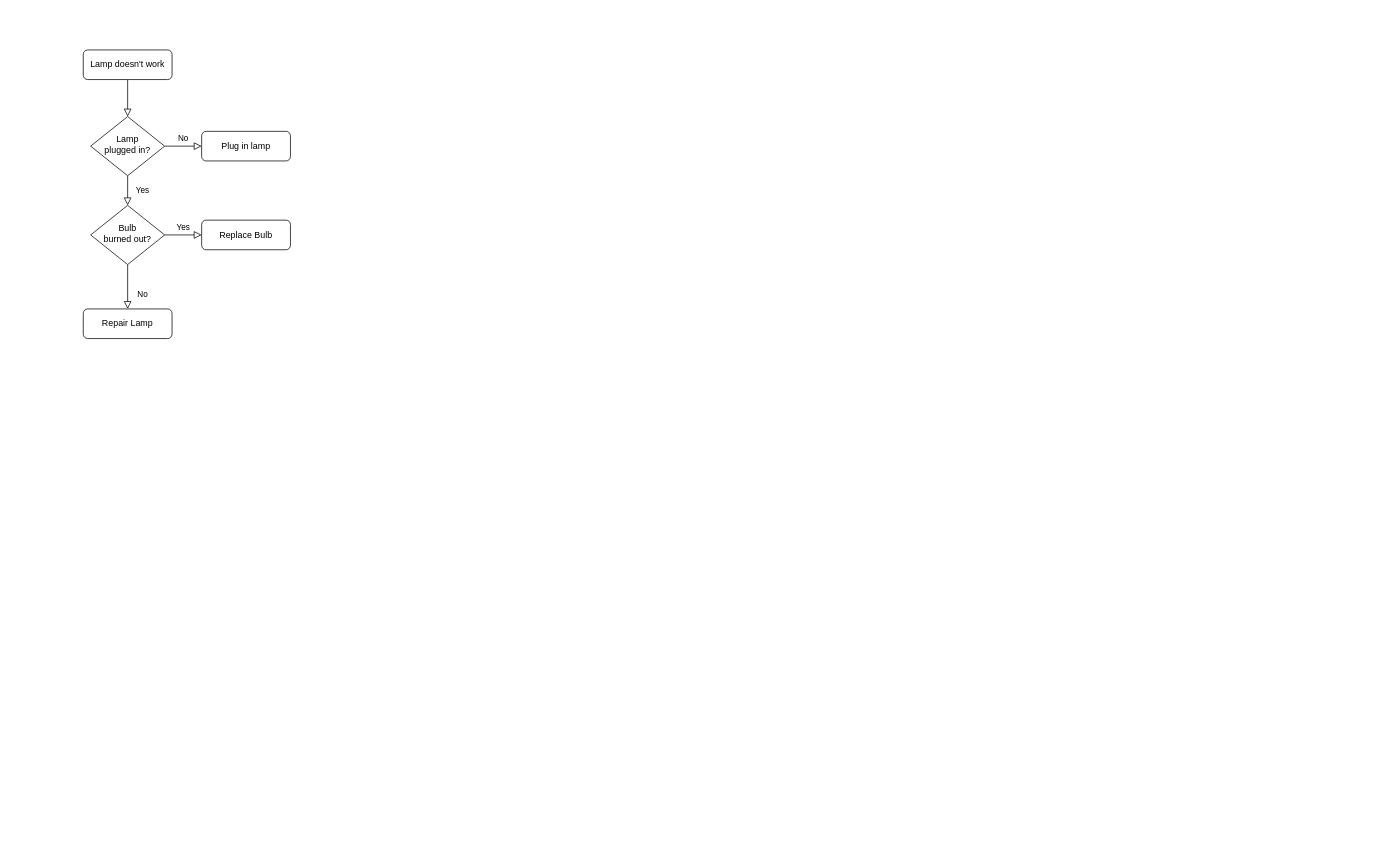
The draw.io diagram GoCourseAlgorithm.drawio in snsvistunov/golang-course-algorithm, before the edit. Source tidied: cells renumbered, new cells numbered last; positions are measured from the earlier drawing's top-left corner, leaving out a move shared by most shapes. Both pictures are drawn from the tidied source at 74%, with x=0, y=0 at pixel (83, 50).
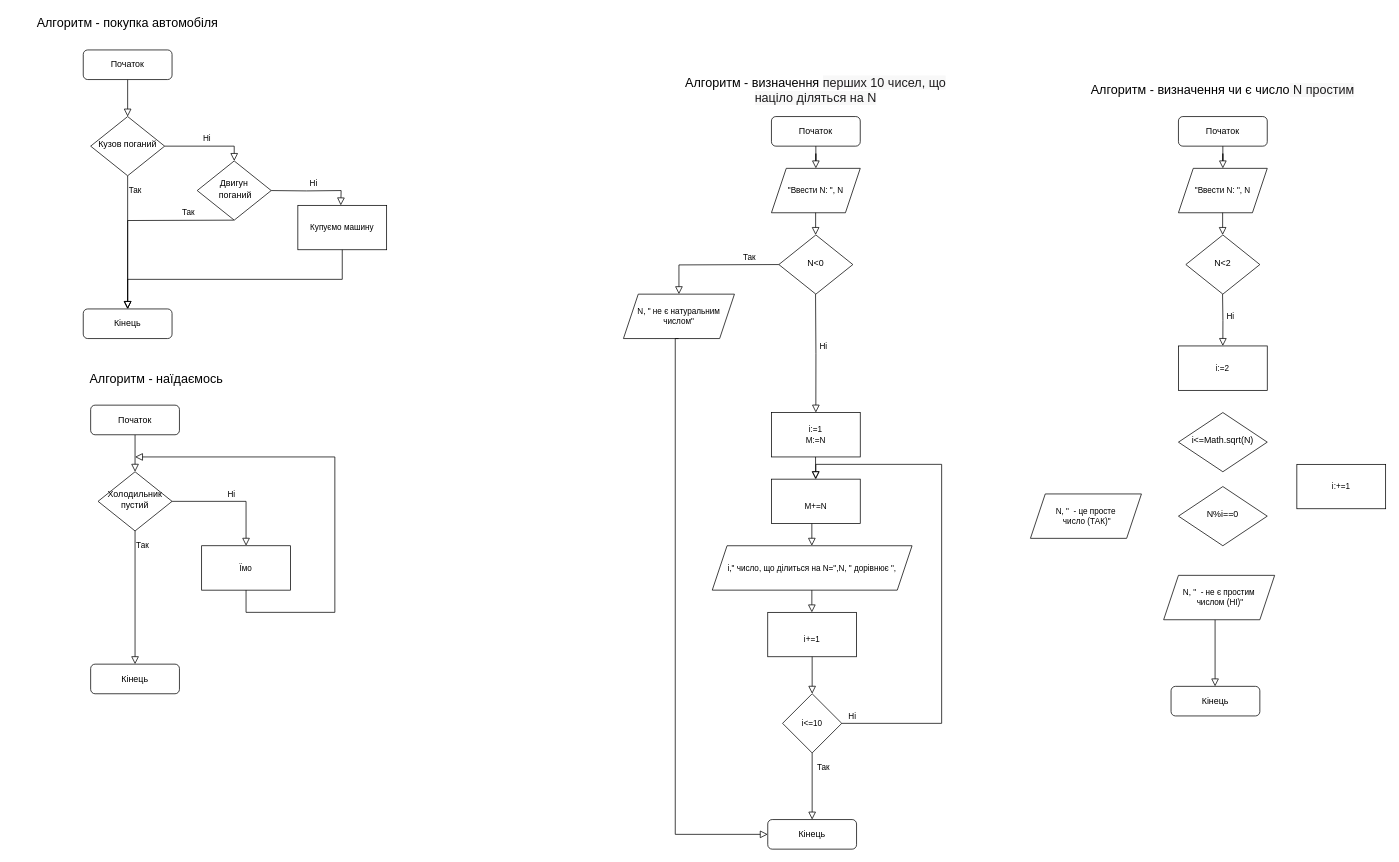
Above is the later version.

Change to the diagram source:
```diff
@@
-    <mxCell id="3" value="Lamp doesn't work" style="rounded=1;whiteSpace=wrap;html=1;fontSize=12;glass=0;strokeWidth=1;shadow=0;" parent="1" vertex="1">
+    <mxCell id="3" value="Початок" style="rounded=1;whiteSpace=wrap;html=1;fontSize=12;glass=0;strokeWidth=1;shadow=0;" parent="1" vertex="1">
       <mxGeometry width="120" height="40" as="geometry" />
     </mxCell>
-    <mxCell id="4" value="Yes" style="rounded=0;html=1;jettySize=auto;fontSize=11;endArrow=block;endFill=0;endSize=8;strokeWidth=1;shadow=0;labelBackgroundColor=none;edgeStyle=orthogonalEdgeStyle;" parent="1" edge="1" source="6" target="10">
-      <mxGeometry y="20" relative="1" as="geometry" />
+    <mxCell id="4" value="Так" style="rounded=0;html=1;jettySize=auto;fontSize=11;endArrow=block;endFill=0;endSize=8;strokeWidth=1;shadow=0;labelBackgroundColor=none;edgeStyle=orthogonalEdgeStyle;strokeColor=default;entryX=0.5;entryY=0;entryDx=0;entryDy=0;" parent="1" edge="1" source="6" target="11">
+      <mxGeometry x="-0.78" y="10" relative="1" as="geometry" />
     </mxCell>
-    <mxCell id="5" value="No" style="edgeStyle=orthogonalEdgeStyle;rounded=0;html=1;jettySize=auto;fontSize=11;endArrow=block;endFill=0;endSize=8;strokeWidth=1;shadow=0;labelBackgroundColor=none;" parent="1" edge="1" source="6" target="7">
+    <mxCell id="5" value="Ні" style="edgeStyle=orthogonalEdgeStyle;rounded=0;html=1;jettySize=auto;fontSize=11;endArrow=block;endFill=0;endSize=8;strokeWidth=1;shadow=0;labelBackgroundColor=none;entryX=0.5;entryY=0;entryDx=0;entryDy=0;" parent="1" edge="1" source="6" target="14">
       <mxGeometry y="10" relative="1" as="geometry" />
     </mxCell>
-    <mxCell id="6" value="Lamp&lt;br&gt;plugged in?" style="rhombus;whiteSpace=wrap;html=1;shadow=0;fontFamily=Helvetica;fontSize=12;align=center;strokeWidth=1;spacing=6;spacingTop=-4;" parent="1" vertex="1">
+    <mxCell id="6" value="Кузов поганий" style="rhombus;whiteSpace=wrap;html=1;shadow=0;fontFamily=Helvetica;fontSize=12;align=center;strokeWidth=1;spacing=6;spacingTop=-4;" parent="1" vertex="1">
       <mxGeometry x="10" y="90" width="100" height="80" as="geometry" />
     </mxCell>
-    <mxCell id="7" value="Plug in lamp" style="rounded=1;whiteSpace=wrap;html=1;fontSize=12;glass=0;strokeWidth=1;shadow=0;" parent="1" vertex="1">
-      <mxGeometry x="160" y="110" width="120" height="40" as="geometry" />
-    </mxCell>
-    <mxCell id="8" value="No" style="rounded=0;html=1;jettySize=auto;fontSize=11;endArrow=block;endFill=0;endSize=8;strokeWidth=1;shadow=0;labelBackgroundColor=none;edgeStyle=orthogonalEdgeStyle;" parent="1" edge="1" source="10" target="11">
-      <mxGeometry x="0.33" y="20" relative="1" as="geometry" />
-    </mxCell>
-    <mxCell id="9" value="Yes" style="edgeStyle=orthogonalEdgeStyle;rounded=0;html=1;jettySize=auto;fontSize=11;endArrow=block;endFill=0;endSize=8;strokeWidth=1;shadow=0;labelBackgroundColor=none;" parent="1" edge="1" source="10" target="12">
-      <mxGeometry y="10" relative="1" as="geometry" />
-    </mxCell>
-    <mxCell id="10" value="Bulb&lt;br&gt;burned out?" style="rhombus;whiteSpace=wrap;html=1;shadow=0;fontFamily=Helvetica;fontSize=12;align=center;strokeWidth=1;spacing=6;spacingTop=-4;" parent="1" vertex="1">
-      <mxGeometry x="10" y="210" width="100" height="80" as="geometry" />
-    </mxCell>
-    <mxCell id="11" value="Repair Lamp" style="rounded=1;whiteSpace=wrap;html=1;fontSize=12;glass=0;strokeWidth=1;shadow=0;" parent="1" vertex="1">
+    <mxCell id="11" value="Кінець" style="rounded=1;whiteSpace=wrap;html=1;fontSize=12;glass=0;strokeWidth=1;shadow=0;" parent="1" vertex="1">
       <mxGeometry y="350" width="120" height="40" as="geometry" />
     </mxCell>
-    <mxCell id="12" value="Replace Bulb" style="rounded=1;whiteSpace=wrap;html=1;fontSize=12;glass=0;strokeWidth=1;shadow=0;" parent="1" vertex="1">
-      <mxGeometry x="160" y="230" width="120" height="40" as="geometry" />
-    </mxCell>
+    <mxCell id="13" value="Алгоритм - покупка автомобіля" style="text;html=1;strokeColor=none;fillColor=none;align=center;verticalAlign=middle;whiteSpace=wrap;rounded=0;fontSize=17;" parent="1" vertex="1">
+      <mxGeometry x="-95" y="-50" width="310" height="30" as="geometry" />
+    </mxCell>
+    <mxCell id="14" value="Двигун&lt;br&gt;&amp;nbsp;поганий" style="rhombus;whiteSpace=wrap;html=1;shadow=0;fontFamily=Helvetica;fontSize=12;align=center;strokeWidth=1;spacing=6;spacingTop=-4;" parent="1" vertex="1">
+      <mxGeometry x="154" y="150" width="100" height="80" as="geometry" />
+    </mxCell>
+    <mxCell id="15" value="Так" style="rounded=0;html=1;jettySize=auto;fontSize=11;endArrow=block;endFill=0;endSize=8;strokeWidth=1;shadow=0;labelBackgroundColor=none;edgeStyle=orthogonalEdgeStyle;strokeColor=default;" parent="1" edge="1" target="11">
+      <mxGeometry x="-0.53" y="-10" relative="1" as="geometry">
+        <mxPoint x="203.5" y="230" as="sourcePoint" />
+        <mxPoint x="1" as="offset" />
+      </mxGeometry>
+    </mxCell>
+    <mxCell id="16" value="Ні" style="edgeStyle=orthogonalEdgeStyle;rounded=0;html=1;jettySize=auto;orthogonalLoop=1;fontSize=11;endArrow=block;endFill=0;endSize=8;strokeWidth=1;shadow=0;labelBackgroundColor=none;entryX=0.5;entryY=0;entryDx=0;entryDy=0;" parent="1" edge="1">
+      <mxGeometry y="10" relative="1" as="geometry">
+        <mxPoint x="254" y="190" as="sourcePoint" />
+        <mxPoint x="348" y="210" as="targetPoint" />
+      </mxGeometry>
+    </mxCell>
+    <mxCell id="17" value="Купуємо машину" style="rounded=0;whiteSpace=wrap;html=1;fontFamily=Helvetica;fontSize=11;" parent="1" vertex="1">
+      <mxGeometry x="290" y="210" width="120" height="60" as="geometry" />
+    </mxCell>
+    <mxCell id="18" style="rounded=0;html=1;jettySize=auto;fontSize=11;endArrow=block;endFill=0;endSize=8;strokeWidth=1;shadow=0;labelBackgroundColor=none;edgeStyle=orthogonalEdgeStyle;exitX=0.5;exitY=1;exitDx=0;exitDy=0;entryX=0.5;entryY=0;entryDx=0;entryDy=0;" parent="1" edge="1" source="17" target="11">
+      <mxGeometry relative="1" as="geometry" />
+    </mxCell>
+    <mxCell id="19" value="Алгоритм - наїдаємось" style="text;html=1;strokeColor=none;fillColor=none;align=center;verticalAlign=middle;whiteSpace=wrap;rounded=0;fontSize=17;" parent="1" vertex="1">
+      <mxGeometry x="-56" y="430" width="310" height="30" as="geometry" />
+    </mxCell>
+    <mxCell id="20" style="rounded=0;html=1;jettySize=auto;fontSize=11;endArrow=block;endFill=0;endSize=8;strokeWidth=1;shadow=0;labelBackgroundColor=none;edgeStyle=orthogonalEdgeStyle;" parent="1" edge="1" source="21" target="24">
+      <mxGeometry relative="1" as="geometry" />
+    </mxCell>
+    <mxCell id="21" value="Початок" style="rounded=1;whiteSpace=wrap;html=1;fontSize=12;glass=0;strokeWidth=1;shadow=0;" parent="1" vertex="1">
+      <mxGeometry x="10" y="480" width="120" height="40" as="geometry" />
+    </mxCell>
+    <mxCell id="22" value="Так" style="rounded=0;html=1;jettySize=auto;fontSize=11;endArrow=block;endFill=0;endSize=8;strokeWidth=1;shadow=0;labelBackgroundColor=none;edgeStyle=orthogonalEdgeStyle;strokeColor=default;entryX=0.5;entryY=0;entryDx=0;entryDy=0;" parent="1" edge="1" source="24" target="25">
+      <mxGeometry x="-0.78" y="10" relative="1" as="geometry" />
+    </mxCell>
+    <mxCell id="23" value="Ні" style="edgeStyle=orthogonalEdgeStyle;rounded=0;html=1;jettySize=auto;fontSize=11;endArrow=block;endFill=0;endSize=8;strokeWidth=1;shadow=0;labelBackgroundColor=none;entryX=0.5;entryY=0;entryDx=0;entryDy=0;" parent="1" edge="1" source="24" target="26">
+      <mxGeometry y="10" relative="1" as="geometry" />
+    </mxCell>
+    <mxCell id="24" value="Холодильник пустий" style="rhombus;whiteSpace=wrap;html=1;shadow=0;fontFamily=Helvetica;fontSize=12;align=center;strokeWidth=1;spacing=6;spacingTop=-4;" parent="1" vertex="1">
+      <mxGeometry x="20" y="570" width="100" height="80" as="geometry" />
+    </mxCell>
+    <mxCell id="25" value="Кінець" style="rounded=1;whiteSpace=wrap;html=1;fontSize=12;glass=0;strokeWidth=1;shadow=0;" parent="1" vertex="1">
+      <mxGeometry x="10" y="830" width="120" height="40" as="geometry" />
+    </mxCell>
+    <mxCell id="26" value="Їмо" style="rounded=0;whiteSpace=wrap;html=1;fontFamily=Helvetica;fontSize=11;" parent="1" vertex="1">
+      <mxGeometry x="160" y="670" width="120" height="60" as="geometry" />
+    </mxCell>
+    <mxCell id="27" style="rounded=0;html=1;jettySize=auto;fontSize=11;endArrow=block;endFill=0;endSize=8;strokeWidth=1;shadow=0;labelBackgroundColor=none;edgeStyle=orthogonalEdgeStyle;exitX=0.5;exitY=1;exitDx=0;exitDy=0;" parent="1" edge="1" source="26">
+      <mxGeometry relative="1" as="geometry">
+        <mxPoint x="70" y="550" as="targetPoint" />
+        <Array as="points">
+          <mxPoint x="220" y="760" />
+          <mxPoint x="340" y="760" />
+          <mxPoint x="340" y="550" />
+        </Array>
+      </mxGeometry>
+    </mxCell>
+    <mxCell id="28" value="Початок" style="rounded=1;whiteSpace=wrap;html=1;fontSize=12;glass=0;strokeWidth=1;shadow=0;" parent="1" vertex="1">
+      <mxGeometry x="930" y="90" width="120" height="40" as="geometry" />
+    </mxCell>
+    <mxCell id="29" value="Алгоритм - визначення&amp;nbsp;&lt;span style=&quot;color: rgb(29, 28, 29); font-size: 17px; font-variant-ligatures: common-ligatures; text-align: left; background-color: rgb(248, 248, 248);&quot;&gt;перших 10 чисел, що націло діляться на N&lt;/span&gt;" style="text;html=1;strokeColor=none;fillColor=none;align=center;verticalAlign=middle;whiteSpace=wrap;rounded=0;fontSize=17;fontFamily=Helvetica;" parent="1" vertex="1">
+      <mxGeometry x="790" y="40" width="400" height="30" as="geometry" />
+    </mxCell>
+    <mxCell id="30" value="&quot;Ввести N: &quot;, N" style="shape=parallelogram;perimeter=parallelogramPerimeter;whiteSpace=wrap;html=1;fixedSize=1;fontFamily=Helvetica;fontSize=11;" parent="1" vertex="1">
+      <mxGeometry x="930" y="160" width="120" height="60" as="geometry" />
+    </mxCell>
+    <mxCell id="31" value="N&amp;lt;0" style="rhombus;whiteSpace=wrap;html=1;shadow=0;fontFamily=Helvetica;fontSize=12;align=center;strokeWidth=1;spacing=6;spacingTop=-4;" parent="1" vertex="1">
+      <mxGeometry x="940" y="250" width="100" height="80" as="geometry" />
+    </mxCell>
+    <mxCell id="32" value="Так" style="rounded=0;html=1;jettySize=auto;fontSize=11;endArrow=block;endFill=0;endSize=8;strokeWidth=1;shadow=0;labelBackgroundColor=none;edgeStyle=orthogonalEdgeStyle;strokeColor=default;entryX=0.5;entryY=0;entryDx=0;entryDy=0;" parent="1" edge="1" target="33">
+      <mxGeometry x="-0.53" y="-10" relative="1" as="geometry">
+        <mxPoint x="940" y="290" as="sourcePoint" />
+        <mxPoint x="1" as="offset" />
+      </mxGeometry>
+    </mxCell>
+    <mxCell id="33" value="N, &quot; не є натуральним числом&quot;" style="shape=parallelogram;perimeter=parallelogramPerimeter;whiteSpace=wrap;html=1;fixedSize=1;fontFamily=Helvetica;fontSize=11;" parent="1" vertex="1">
+      <mxGeometry x="730" y="330" width="150" height="60" as="geometry" />
+    </mxCell>
+    <mxCell id="34" style="rounded=0;html=1;jettySize=auto;fontSize=11;endArrow=block;endFill=0;endSize=8;strokeWidth=1;shadow=0;labelBackgroundColor=none;edgeStyle=orthogonalEdgeStyle;exitX=0.5;exitY=1;exitDx=0;exitDy=0;" parent="1" edge="1" source="28" target="30">
+      <mxGeometry relative="1" as="geometry" />
+    </mxCell>
+    <mxCell id="35" style="rounded=0;html=1;jettySize=auto;orthogonalLoop=1;fontSize=11;endArrow=block;endFill=0;endSize=8;strokeWidth=1;shadow=0;labelBackgroundColor=none;edgeStyle=orthogonalEdgeStyle;exitX=0.5;exitY=1;exitDx=0;exitDy=0;" parent="1" edge="1">
+      <mxGeometry relative="1" as="geometry">
+        <mxPoint x="989.7" y="220" as="sourcePoint" />
+        <mxPoint x="989.7" y="250" as="targetPoint" />
+      </mxGeometry>
+    </mxCell>
+    <mxCell id="36" value="Ні" style="edgeStyle=orthogonalEdgeStyle;rounded=0;html=1;jettySize=auto;fontSize=11;endArrow=block;endFill=0;endSize=8;strokeWidth=1;shadow=0;labelBackgroundColor=none;entryX=0.5;entryY=0;entryDx=0;entryDy=0;" parent="1" edge="1" target="37">
+      <mxGeometry x="-0.13" y="10" relative="1" as="geometry">
+        <mxPoint x="989.6" y="330" as="sourcePoint" />
+      </mxGeometry>
+    </mxCell>
+    <mxCell id="37" value="i:=1&lt;br&gt;M:=N" style="rounded=0;whiteSpace=wrap;html=1;fontFamily=Helvetica;fontSize=11;" parent="1" vertex="1">
+      <mxGeometry x="930" y="490" width="120" height="60" as="geometry" />
+    </mxCell>
+    <mxCell id="38" value="i&amp;lt;=10" style="rhombus;whiteSpace=wrap;html=1;fontFamily=Helvetica;fontSize=11;" parent="1" vertex="1">
+      <mxGeometry x="945" y="870" width="80" height="80" as="geometry" />
+    </mxCell>
+    <mxCell id="39" value="&lt;br&gt;M+=N" style="rounded=0;whiteSpace=wrap;html=1;fontFamily=Helvetica;fontSize=11;" parent="1" vertex="1">
+      <mxGeometry x="930" y="580" width="120" height="60" as="geometry" />
+    </mxCell>
+    <mxCell id="40" value="i,&quot; число, що ділиться на N=&quot;,N, &quot; дорівнює &quot;," style="shape=parallelogram;perimeter=parallelogramPerimeter;whiteSpace=wrap;html=1;fixedSize=1;fontFamily=Helvetica;fontSize=11;" parent="1" vertex="1">
+      <mxGeometry x="850" y="670" width="270" height="60" as="geometry" />
+    </mxCell>
+    <mxCell id="41" value="&lt;br&gt;i+=1" style="rounded=0;whiteSpace=wrap;html=1;fontFamily=Helvetica;fontSize=11;" parent="1" vertex="1">
+      <mxGeometry x="925" y="760" width="120" height="60" as="geometry" />
+    </mxCell>
+    <mxCell id="42" value="Так" style="edgeStyle=orthogonalEdgeStyle;rounded=0;html=1;jettySize=auto;fontSize=11;endArrow=block;endFill=0;endSize=8;strokeWidth=1;shadow=0;labelBackgroundColor=none;exitX=0.5;exitY=1;exitDx=0;exitDy=0;" parent="1" edge="1" source="38">
+      <mxGeometry x="-0.56" y="15" relative="1" as="geometry">
+        <mxPoint x="985" y="1040" as="targetPoint" />
+        <Array as="points">
+          <mxPoint x="985" y="1040" />
+        </Array>
+      </mxGeometry>
+    </mxCell>
+    <mxCell id="43" value="Ні" style="edgeStyle=orthogonalEdgeStyle;rounded=0;html=1;jettySize=auto;fontSize=11;endArrow=block;endFill=0;endSize=8;strokeWidth=1;shadow=0;labelBackgroundColor=none;entryX=0.5;entryY=0;entryDx=0;entryDy=0;" parent="1" edge="1" target="39">
+      <mxGeometry x="-0.96" y="10" relative="1" as="geometry">
+        <mxPoint x="1025" y="910" as="sourcePoint" />
+        <Array as="points">
+          <mxPoint x="1160" y="910" />
+          <mxPoint x="1160" y="560" />
+          <mxPoint x="990" y="560" />
+        </Array>
+      </mxGeometry>
+    </mxCell>
+    <mxCell id="44" style="rounded=0;html=1;jettySize=auto;orthogonalLoop=1;fontSize=11;endArrow=block;endFill=0;endSize=8;strokeWidth=1;shadow=0;labelBackgroundColor=none;edgeStyle=orthogonalEdgeStyle;exitX=0.5;exitY=1;exitDx=0;exitDy=0;" parent="1" edge="1">
+      <mxGeometry relative="1" as="geometry">
+        <mxPoint x="989.6" y="550" as="sourcePoint" />
+        <mxPoint x="989.6" y="580" as="targetPoint" />
+      </mxGeometry>
+    </mxCell>
+    <mxCell id="45" style="rounded=0;html=1;jettySize=auto;orthogonalLoop=1;fontSize=11;endArrow=block;endFill=0;endSize=8;strokeWidth=1;shadow=0;labelBackgroundColor=none;edgeStyle=orthogonalEdgeStyle;exitX=0.5;exitY=1;exitDx=0;exitDy=0;" parent="1" edge="1">
+      <mxGeometry relative="1" as="geometry">
+        <mxPoint x="984.6" y="640" as="sourcePoint" />
+        <mxPoint x="984.6" y="670" as="targetPoint" />
+      </mxGeometry>
+    </mxCell>
+    <mxCell id="46" style="rounded=0;html=1;jettySize=auto;orthogonalLoop=1;fontSize=11;endArrow=block;endFill=0;endSize=8;strokeWidth=1;shadow=0;labelBackgroundColor=none;edgeStyle=orthogonalEdgeStyle;exitX=0.5;exitY=1;exitDx=0;exitDy=0;" parent="1" edge="1">
+      <mxGeometry relative="1" as="geometry">
+        <mxPoint x="984.6" y="730" as="sourcePoint" />
+        <mxPoint x="984.6" y="760" as="targetPoint" />
+      </mxGeometry>
+    </mxCell>
+    <mxCell id="47" style="rounded=0;html=1;jettySize=auto;fontSize=11;endArrow=block;endFill=0;endSize=8;strokeWidth=1;shadow=0;labelBackgroundColor=none;edgeStyle=orthogonalEdgeStyle;exitX=0.5;exitY=1;exitDx=0;exitDy=0;entryX=0.5;entryY=0;entryDx=0;entryDy=0;" parent="1" edge="1" source="41" target="38">
+      <mxGeometry relative="1" as="geometry" />
+    </mxCell>
+    <mxCell id="48" value="Кінець" style="rounded=1;whiteSpace=wrap;html=1;fontSize=12;glass=0;strokeWidth=1;shadow=0;" parent="1" vertex="1">
+      <mxGeometry x="925" y="1040" width="120" height="40" as="geometry" />
+    </mxCell>
+    <mxCell id="49" style="rounded=0;html=1;jettySize=auto;fontSize=11;endArrow=block;endFill=0;endSize=8;strokeWidth=1;shadow=0;labelBackgroundColor=none;edgeStyle=orthogonalEdgeStyle;exitX=0.5;exitY=1;exitDx=0;exitDy=0;entryX=0;entryY=0.5;entryDx=0;entryDy=0;" parent="1" edge="1" target="48">
+      <mxGeometry relative="1" as="geometry">
+        <mxPoint x="804.5" y="390" as="sourcePoint" />
+        <Array as="points">
+          <mxPoint x="800" y="390" />
+          <mxPoint x="800" y="1060" />
+        </Array>
+      </mxGeometry>
+    </mxCell>
+    <mxCell id="50" value="Початок" style="rounded=1;whiteSpace=wrap;html=1;fontSize=12;glass=0;strokeWidth=1;shadow=0;" parent="1" vertex="1">
+      <mxGeometry x="1480" y="90" width="120" height="40" as="geometry" />
+    </mxCell>
+    <mxCell id="51" value="Алгоритм - визначення чи є число&lt;span style=&quot;color: rgb(29, 28, 29); font-size: 17px; font-variant-ligatures: common-ligatures; text-align: left; background-color: rgb(248, 248, 248);&quot;&gt;&amp;nbsp;N простим&lt;/span&gt;" style="text;html=1;strokeColor=none;fillColor=none;align=center;verticalAlign=middle;whiteSpace=wrap;rounded=0;fontSize=17;fontFamily=Helvetica;" parent="1" vertex="1">
+      <mxGeometry x="1340" y="40" width="400" height="30" as="geometry" />
+    </mxCell>
+    <mxCell id="52" value="&quot;Ввести N: &quot;, N" style="shape=parallelogram;perimeter=parallelogramPerimeter;whiteSpace=wrap;html=1;fixedSize=1;fontFamily=Helvetica;fontSize=11;" parent="1" vertex="1">
+      <mxGeometry x="1480" y="160" width="120" height="60" as="geometry" />
+    </mxCell>
+    <mxCell id="53" value="N&amp;lt;2" style="rhombus;whiteSpace=wrap;html=1;shadow=0;fontFamily=Helvetica;fontSize=12;align=center;strokeWidth=1;spacing=6;spacingTop=-4;" parent="1" vertex="1">
+      <mxGeometry x="1490" y="250" width="100" height="80" as="geometry" />
+    </mxCell>
+    <mxCell id="54" style="rounded=0;html=1;jettySize=auto;fontSize=11;endArrow=block;endFill=0;endSize=8;strokeWidth=1;shadow=0;labelBackgroundColor=none;edgeStyle=orthogonalEdgeStyle;exitX=0.5;exitY=1;exitDx=0;exitDy=0;" parent="1" edge="1" source="50" target="52">
+      <mxGeometry relative="1" as="geometry" />
+    </mxCell>
+    <mxCell id="55" style="rounded=0;html=1;jettySize=auto;orthogonalLoop=1;fontSize=11;endArrow=block;endFill=0;endSize=8;strokeWidth=1;shadow=0;labelBackgroundColor=none;edgeStyle=orthogonalEdgeStyle;exitX=0.5;exitY=1;exitDx=0;exitDy=0;" parent="1" edge="1">
+      <mxGeometry relative="1" as="geometry">
+        <mxPoint x="1539.7" y="220" as="sourcePoint" />
+        <mxPoint x="1539.7" y="250" as="targetPoint" />
+      </mxGeometry>
+    </mxCell>
+    <mxCell id="56" value="Ні" style="edgeStyle=orthogonalEdgeStyle;rounded=0;html=1;jettySize=auto;fontSize=11;endArrow=block;endFill=0;endSize=8;strokeWidth=1;shadow=0;labelBackgroundColor=none;entryX=0.5;entryY=0;entryDx=0;entryDy=0;" parent="1" edge="1" target="57">
+      <mxGeometry x="-0.13" y="10" relative="1" as="geometry">
+        <mxPoint x="1539.6" y="330" as="sourcePoint" />
+      </mxGeometry>
+    </mxCell>
+    <mxCell id="57" value="i:=2" style="rounded=0;whiteSpace=wrap;html=1;fontFamily=Helvetica;fontSize=11;" parent="1" vertex="1">
+      <mxGeometry x="1480" y="400" width="120" height="60" as="geometry" />
+    </mxCell>
+    <mxCell id="58" style="edgeStyle=orthogonalEdgeStyle;rounded=0;html=1;jettySize=auto;orthogonalLoop=1;fontSize=11;endArrow=block;endFill=0;endSize=8;strokeWidth=1;shadow=0;labelBackgroundColor=none;exitX=0.5;exitY=1;exitDx=0;exitDy=0;" parent="1" edge="1">
+      <mxGeometry x="-0.56" y="15" relative="1" as="geometry">
+        <mxPoint x="1529.5" y="770" as="sourcePoint" />
+        <mxPoint x="1529.5" y="860" as="targetPoint" />
+        <Array as="points">
+          <mxPoint x="1529.5" y="860" />
+        </Array>
+      </mxGeometry>
+    </mxCell>
+    <mxCell id="59" value="Кінець" style="rounded=1;whiteSpace=wrap;html=1;fontSize=12;glass=0;strokeWidth=1;shadow=0;" parent="1" vertex="1">
+      <mxGeometry x="1470" y="860" width="120" height="40" as="geometry" />
+    </mxCell>
+    <mxCell id="60" value="i&amp;lt;=Math.sqrt(N)" style="rhombus;whiteSpace=wrap;html=1;shadow=0;fontFamily=Helvetica;fontSize=12;align=center;strokeWidth=1;spacing=6;spacingTop=-4;" parent="1" vertex="1">
+      <mxGeometry x="1480" y="490" width="120" height="80" as="geometry" />
+    </mxCell>
+    <mxCell id="61" value="N%i==0" style="rhombus;whiteSpace=wrap;html=1;shadow=0;fontFamily=Helvetica;fontSize=12;align=center;strokeWidth=1;spacing=6;spacingTop=-4;" parent="1" vertex="1">
+      <mxGeometry x="1480" y="590" width="120" height="80" as="geometry" />
+    </mxCell>
+    <mxCell id="62" value="i:+=1" style="rounded=0;whiteSpace=wrap;html=1;fontFamily=Helvetica;fontSize=11;" parent="1" vertex="1">
+      <mxGeometry x="1640" y="560" width="120" height="60" as="geometry" />
+    </mxCell>
+    <mxCell id="63" value="N, &quot;&amp;nbsp; - не є простим&lt;br&gt;&amp;nbsp;числом (НІ)&quot;" style="shape=parallelogram;perimeter=parallelogramPerimeter;whiteSpace=wrap;html=1;fixedSize=1;fontFamily=Helvetica;fontSize=11;" parent="1" vertex="1">
+      <mxGeometry x="1460" y="710" width="150" height="60" as="geometry" />
+    </mxCell>
+    <mxCell id="64" value="N, &quot;&amp;nbsp; - це просте&lt;br&gt;&amp;nbsp;число (ТАК)&quot;" style="shape=parallelogram;perimeter=parallelogramPerimeter;whiteSpace=wrap;html=1;fixedSize=1;fontFamily=Helvetica;fontSize=11;" parent="1" vertex="1">
+      <mxGeometry x="1280" y="600" width="150" height="60" as="geometry" />
+    </mxCell>
```
